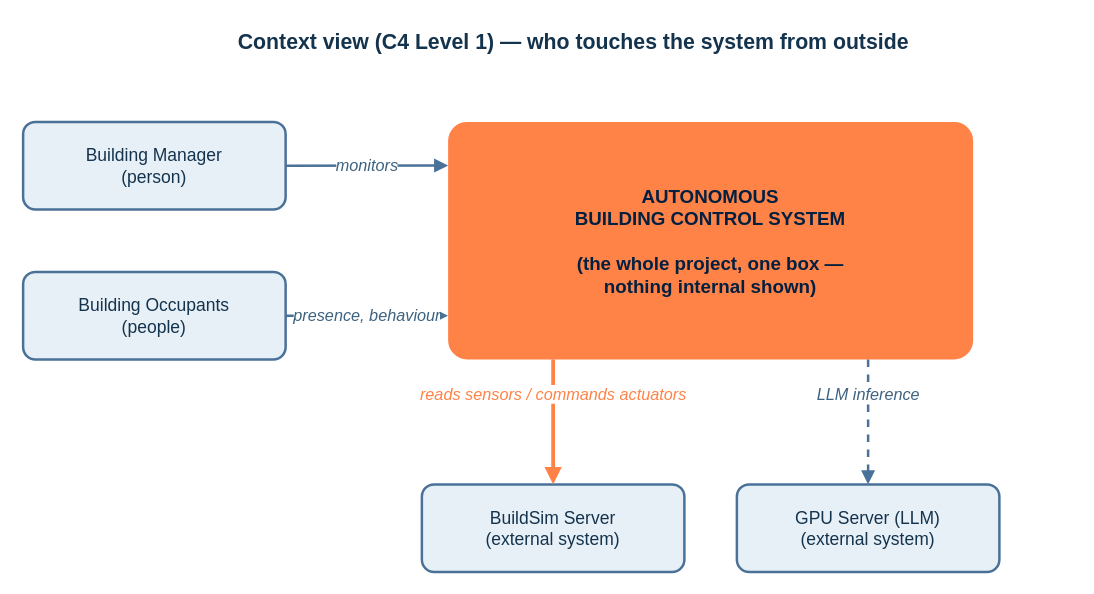
Above: course-notes/diagrams/course-notes1-fig10.drawio in eislab-cps/D7065E (draw.io), before the change. Source tidied: cells renumbered, new cells numbered last; positions are measured from the earlier drawing's top-left corner, leaving out a move shared by most shapes. Both pictures are drawn from the tidied source at 125%, with x=0, y=0 at pixel (22, 21).
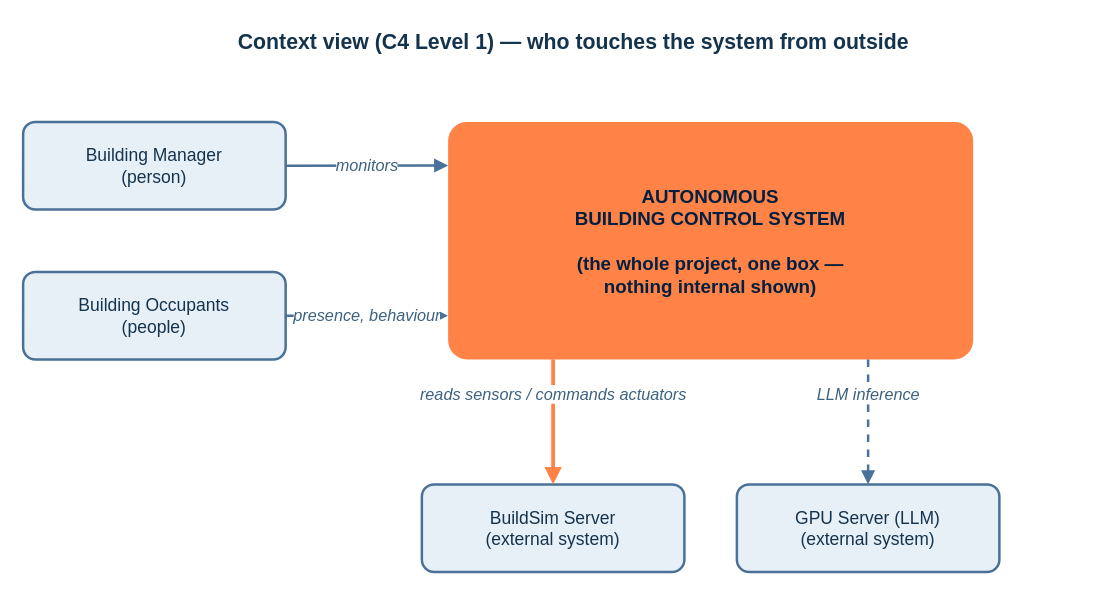
After the change.

Diff of the diagram source:
```diff
@@
 <mxGraphModel background="#FFFFFF">
   <root>
     <mxCell id="0" />
     <mxCell id="1" parent="0" />
     <mxCell id="2" value="Context view (C4 Level 1) — who touches the system from outside" style="text;html=1;align=center;fontColor=#14334D;fontSize=17;fontStyle=1;fontFamily=Helvetica;" parent="1" vertex="1">
       <mxGeometry x="40" width="800" height="30" as="geometry" />
     </mxCell>
     <mxCell id="3" value="Building Manager&#10;(person)" style="rounded=1;whiteSpace=wrap;html=1;fillColor=#E8F0F7;strokeColor=#4A7298;strokeWidth=2;fontColor=#14334D;fontSize=14;fontFamily=Helvetica;arcSize=14;" parent="1" vertex="1">
       <mxGeometry y="80" width="210" height="70" as="geometry" />
     </mxCell>
     <mxCell id="4" value="Building Occupants&#10;(people)" style="rounded=1;whiteSpace=wrap;html=1;fillColor=#E8F0F7;strokeColor=#4A7298;strokeWidth=2;fontColor=#14334D;fontSize=14;fontFamily=Helvetica;arcSize=14;" parent="1" vertex="1">
       <mxGeometry y="200" width="210" height="70" as="geometry" />
     </mxCell>
     <mxCell id="5" value="AUTONOMOUS&#10;BUILDING CONTROL SYSTEM&#10;&#10;(the whole project, one box —&#10;nothing internal shown)" style="rounded=1;whiteSpace=wrap;html=1;fillColor=#FF8247;strokeColor=none;fontColor=#032040;fontSize=15;fontStyle=1;fontFamily=Helvetica;arcSize=8;" parent="1" vertex="1">
       <mxGeometry x="340" y="80" width="420" height="190" as="geometry" />
     </mxCell>
     <mxCell id="6" value="BuildSim Server&#10;(external system)" style="rounded=1;whiteSpace=wrap;html=1;fillColor=#E8F0F7;strokeColor=#4A7298;strokeWidth=2;fontColor=#14334D;fontSize=14;fontFamily=Helvetica;arcSize=14;" parent="1" vertex="1">
       <mxGeometry x="319" y="370" width="210" height="70" as="geometry" />
     </mxCell>
     <mxCell id="7" value="GPU Server (LLM)&#10;(external system)" style="rounded=1;whiteSpace=wrap;html=1;fillColor=#E8F0F7;strokeColor=#4A7298;strokeWidth=2;fontColor=#14334D;fontSize=14;fontFamily=Helvetica;arcSize=14;" parent="1" vertex="1">
       <mxGeometry x="571" y="370" width="210" height="70" as="geometry" />
     </mxCell>
     <mxCell id="8" value="monitors" style="endArrow=block;html=1;strokeColor=#4A7298;strokeWidth=2;fontColor=#3D6280;fontSize=13;fontStyle=2;fontFamily=Helvetica;labelBackgroundColor=#FFFFFF;exitX=1;exitY=0.5;entryX=0;entryY=0.184;" parent="1" edge="1" source="3" target="5">
       <mxGeometry relative="1" as="geometry" />
     </mxCell>
     <mxCell id="9" value="presence, behaviour" style="endArrow=block;html=1;strokeColor=#4A7298;strokeWidth=2;fontColor=#3D6280;fontSize=13;fontStyle=2;fontFamily=Helvetica;labelBackgroundColor=#FFFFFF;exitX=1;exitY=0.5;entryX=0;entryY=0.816;" parent="1" edge="1" source="4" target="5">
       <mxGeometry relative="1" as="geometry" />
     </mxCell>
-    <mxCell id="10" value="reads sensors / commands actuators" style="endArrow=block;html=1;strokeColor=#FF8247;strokeWidth=3;fontColor=#FF8247;fontSize=13;fontStyle=2;fontFamily=Helvetica;labelBackgroundColor=#FFFFFF;exitX=0.2;exitY=1;entryX=0.5;entryY=0;" parent="1" edge="1" source="5" target="6">
+    <mxCell id="10" value="reads sensors / commands actuators" style="endArrow=block;html=1;strokeColor=#FF8247;strokeWidth=3;fontColor=#3D6280;fontSize=13;fontStyle=2;fontFamily=Helvetica;labelBackgroundColor=#FFFFFF;exitX=0.2;exitY=1;entryX=0.5;entryY=0;" parent="1" edge="1" source="5" target="6">
       <mxGeometry relative="1" as="geometry">
         <mxPoint y="-22" as="offset" />
       </mxGeometry>
     </mxCell>
     <mxCell id="11" value="LLM inference" style="endArrow=block;html=1;strokeColor=#4A7298;strokeWidth=2;dashed=1;fontColor=#3D6280;fontSize=13;fontStyle=2;fontFamily=Helvetica;labelBackgroundColor=#FFFFFF;exitX=0.8;exitY=1;entryX=0.5;entryY=0;" parent="1" edge="1" source="5" target="7">
       <mxGeometry relative="1" as="geometry">
         <mxPoint y="-22" as="offset" />
       </mxGeometry>
     </mxCell>
   </root>
 </mxGraphModel>
```
